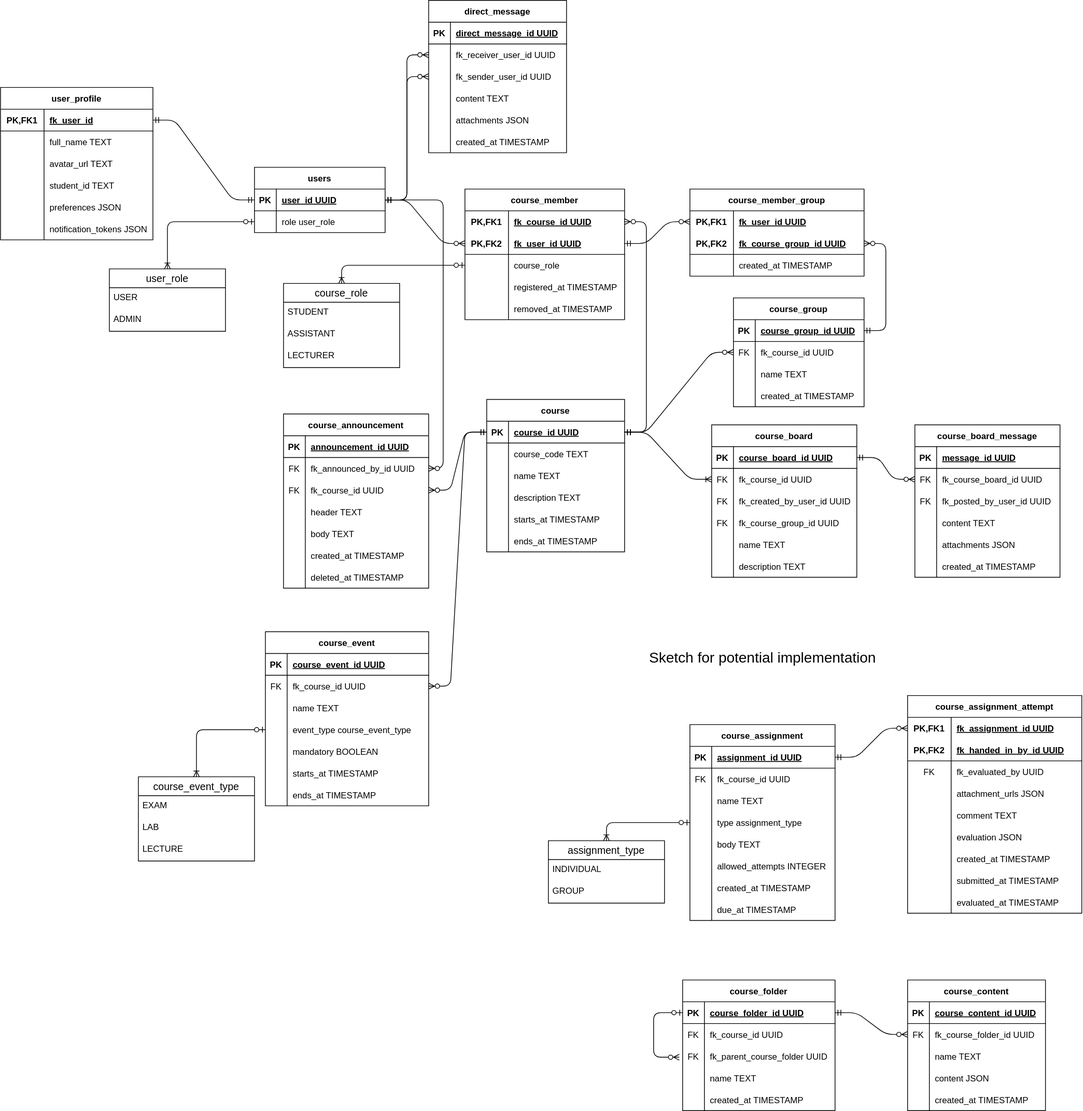
Above: docs/diagrams/er-diagram.drawio.svg in thedatasnok/idata2503-project (draw.io), before the change. Source tidied: cells renumbered, new cells last; positions are measured from the earlier drawing's top-left corner, leaving out a move shared by most shapes.
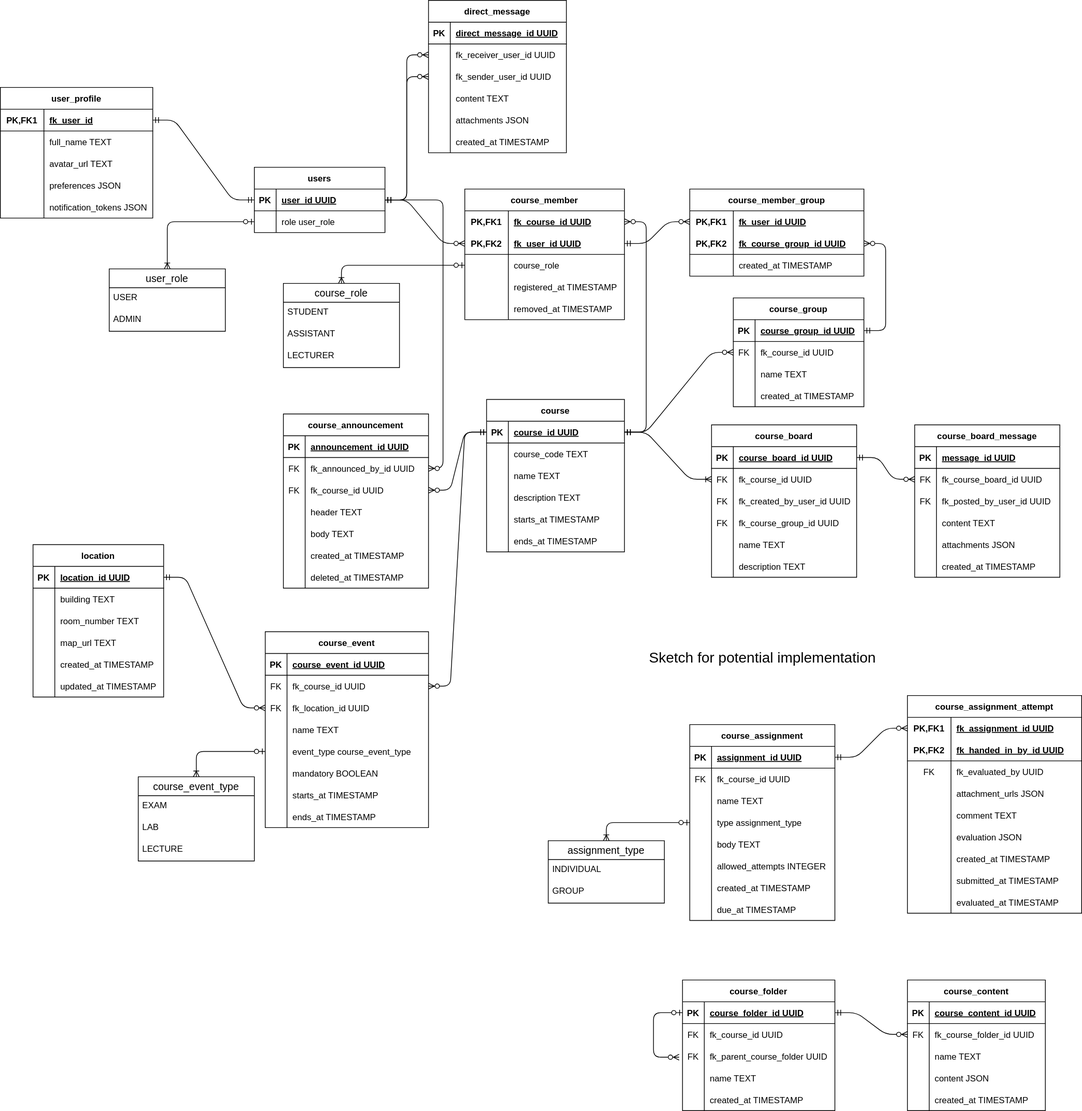
Above is the later version.

Commit message:
docs: add location table

The edit, as a diff of the source:
```diff
@@ -623,7 +623,7 @@
       </mxGeometry>
     </mxCell>
     <mxCell id="203" value="course_event" style="shape=table;startSize=30;rowLines=0;fontStyle=1;align=center;" parent="1" vertex="1">
-      <mxGeometry x="365" y="870" width="225" height="240" as="geometry" />
+      <mxGeometry x="365" y="870" width="225" height="270" as="geometry" />
     </mxCell>
     <mxCell id="204" style="shape=tableRow;horizontal=0;startSize=0;swimlaneHead=0;swimlaneBody=0;fillColor=none;top=0;left=0;right=0;bottom=1;" parent="203" vertex="1">
       <mxGeometry y="30" width="225" height="30" as="geometry" />
@@ -643,8 +643,17 @@
     <mxCell id="209" value="fk_course_id UUID" style="shape=partialRectangle;fillColor=none;top=0;left=0;bottom=0;right=0;align=left;spacingLeft=6;fontStyle=0;overflow=hidden;" parent="207" vertex="1">
       <mxGeometry x="30" width="195" height="30" as="geometry" />
     </mxCell>
+    <mxCell id="307" style="shape=tableRow;horizontal=0;startSize=0;swimlaneHead=0;swimlaneBody=0;fillColor=none;points=[[0,0.5],[1,0.5]];portConstraint=eastwest;top=0;left=0;right=0;bottom=0;" parent="203" vertex="1">
+      <mxGeometry y="90" width="225" height="30" as="geometry" />
+    </mxCell>
+    <mxCell id="308" value="FK" style="shape=partialRectangle;fillColor=none;top=0;left=0;bottom=0;right=0;fontStyle=0;overflow=hidden;" parent="307" vertex="1">
+      <mxGeometry width="30" height="30" as="geometry" />
+    </mxCell>
+    <mxCell id="309" value="fk_location_id UUID" style="shape=partialRectangle;fillColor=none;top=0;left=0;bottom=0;right=0;align=left;spacingLeft=6;fontStyle=0;overflow=hidden;" parent="307" vertex="1">
+      <mxGeometry x="30" width="195" height="30" as="geometry" />
+    </mxCell>
     <mxCell id="210" style="shape=tableRow;horizontal=0;startSize=0;swimlaneHead=0;swimlaneBody=0;fillColor=none;top=0;left=0;right=0;bottom=0;" parent="203" vertex="1">
-      <mxGeometry y="90" width="225" height="30" as="geometry" />
+      <mxGeometry y="120" width="225" height="30" as="geometry" />
     </mxCell>
     <mxCell id="211" style="shape=partialRectangle;fillColor=none;top=0;left=0;bottom=0;right=0;overflow=hidden;" parent="210" vertex="1">
       <mxGeometry width="30" height="30" as="geometry" />
@@ -653,7 +662,7 @@
       <mxGeometry x="30" width="195" height="30" as="geometry" />
     </mxCell>
     <mxCell id="213" style="shape=tableRow;horizontal=0;startSize=0;swimlaneHead=0;swimlaneBody=0;fillColor=none;points=[[0,0.5],[1,0.5]];portConstraint=eastwest;top=0;left=0;right=0;bottom=0;" parent="203" vertex="1">
-      <mxGeometry y="120" width="225" height="30" as="geometry" />
+      <mxGeometry y="150" width="225" height="30" as="geometry" />
     </mxCell>
     <mxCell id="214" style="shape=partialRectangle;fillColor=none;top=0;left=0;bottom=0;right=0;overflow=hidden;" parent="213" vertex="1">
       <mxGeometry width="30" height="30" as="geometry" />
@@ -662,7 +671,7 @@
       <mxGeometry x="30" width="195" height="30" as="geometry" />
     </mxCell>
     <mxCell id="216" style="shape=tableRow;horizontal=0;startSize=0;swimlaneHead=0;swimlaneBody=0;fillColor=none;top=0;left=0;right=0;bottom=0;" parent="203" vertex="1">
-      <mxGeometry y="150" width="225" height="30" as="geometry" />
+      <mxGeometry y="180" width="225" height="30" as="geometry" />
     </mxCell>
     <mxCell id="217" style="shape=partialRectangle;fillColor=none;top=0;left=0;bottom=0;right=0;overflow=hidden;" parent="216" vertex="1">
       <mxGeometry width="30" height="30" as="geometry" />
@@ -671,7 +680,7 @@
       <mxGeometry x="30" width="195" height="30" as="geometry" />
     </mxCell>
     <mxCell id="219" style="shape=tableRow;horizontal=0;startSize=0;swimlaneHead=0;swimlaneBody=0;fillColor=none;top=0;left=0;right=0;bottom=0;" parent="203" vertex="1">
-      <mxGeometry y="180" width="225" height="30" as="geometry" />
+      <mxGeometry y="210" width="225" height="30" as="geometry" />
     </mxCell>
     <mxCell id="220" style="shape=partialRectangle;fillColor=none;top=0;left=0;bottom=0;right=0;overflow=hidden;" parent="219" vertex="1">
       <mxGeometry width="30" height="30" as="geometry" />
@@ -680,7 +689,7 @@
       <mxGeometry x="30" width="195" height="30" as="geometry" />
     </mxCell>
     <mxCell id="222" style="shape=tableRow;horizontal=0;startSize=0;swimlaneHead=0;swimlaneBody=0;fillColor=none;top=0;left=0;right=0;bottom=0;" parent="203" vertex="1">
-      <mxGeometry y="210" width="225" height="30" as="geometry" />
+      <mxGeometry y="240" width="225" height="30" as="geometry" />
     </mxCell>
     <mxCell id="223" style="shape=partialRectangle;fillColor=none;top=0;left=0;bottom=0;right=0;overflow=hidden;" parent="222" vertex="1">
       <mxGeometry width="30" height="30" as="geometry" />
@@ -706,7 +715,7 @@
     <mxCell id="230" style="fontSize=12;html=1;endArrow=ERoneToMany;startArrow=ERzeroToOne;exitX=0;exitY=0.5;exitDx=0;exitDy=0;entryX=0.5;entryY=0;entryDx=0;entryDy=0;" parent="1" edge="1" source="213" target="225">
       <mxGeometry relative="1" as="geometry">
         <Array as="points">
-          <mxPoint x="270" y="1005" />
+          <mxPoint x="270" y="1035" />
         </Array>
       </mxGeometry>
     </mxCell>
@@ -884,7 +893,7 @@
       <mxGeometry relative="1" as="geometry" />
     </mxCell>
     <mxCell id="287" value="user_profile" style="shape=table;startSize=30;rowLines=0;fontStyle=1;align=center;" parent="1" vertex="1">
-      <mxGeometry y="120" width="210" height="210" as="geometry" />
+      <mxGeometry y="120" width="210" height="180" as="geometry" />
     </mxCell>
     <mxCell id="288" style="shape=tableRow;horizontal=0;startSize=0;swimlaneHead=0;swimlaneBody=0;fillColor=none;points=[[0,0.5],[1,0.5]];portConstraint=eastwest;top=0;left=0;right=0;bottom=1;" parent="287" vertex="1">
       <mxGeometry y="30" width="210" height="30" as="geometry" />
@@ -913,17 +922,8 @@
     <mxCell id="296" value="avatar_url TEXT" style="shape=partialRectangle;fillColor=none;top=0;left=0;bottom=0;right=0;align=left;spacingLeft=6;overflow=hidden;" parent="294" vertex="1">
       <mxGeometry x="60" width="150" height="30" as="geometry" />
     </mxCell>
-    <mxCell id="297" style="shape=tableRow;horizontal=0;startSize=0;swimlaneHead=0;swimlaneBody=0;fillColor=none;top=0;left=0;right=0;bottom=0;" parent="287" vertex="1">
-      <mxGeometry y="120" width="210" height="30" as="geometry" />
-    </mxCell>
-    <mxCell id="298" style="shape=partialRectangle;fillColor=none;top=0;left=0;bottom=0;right=0;overflow=hidden;" parent="297" vertex="1">
-      <mxGeometry width="60" height="30" as="geometry" />
-    </mxCell>
-    <mxCell id="299" value="student_id TEXT" style="shape=partialRectangle;fillColor=none;top=0;left=0;bottom=0;right=0;align=left;spacingLeft=6;overflow=hidden;" parent="297" vertex="1">
-      <mxGeometry x="60" width="150" height="30" as="geometry" />
-    </mxCell>
     <mxCell id="300" style="shape=tableRow;horizontal=0;startSize=0;swimlaneHead=0;swimlaneBody=0;fillColor=none;top=0;left=0;right=0;bottom=0;" parent="287" vertex="1">
-      <mxGeometry y="150" width="210" height="30" as="geometry" />
+      <mxGeometry y="120" width="210" height="30" as="geometry" />
     </mxCell>
     <mxCell id="301" style="shape=partialRectangle;fillColor=none;top=0;left=0;bottom=0;right=0;overflow=hidden;" parent="300" vertex="1">
       <mxGeometry width="60" height="30" as="geometry" />
@@ -932,7 +932,7 @@
       <mxGeometry x="60" width="150" height="30" as="geometry" />
     </mxCell>
     <mxCell id="303" style="shape=tableRow;horizontal=0;startSize=0;swimlaneHead=0;swimlaneBody=0;fillColor=none;top=0;left=0;right=0;bottom=0;" parent="287" vertex="1">
-      <mxGeometry y="180" width="210" height="30" as="geometry" />
+      <mxGeometry y="150" width="210" height="30" as="geometry" />
     </mxCell>
     <mxCell id="304" style="shape=partialRectangle;fillColor=none;top=0;left=0;bottom=0;right=0;overflow=hidden;" parent="303" vertex="1">
       <mxGeometry width="60" height="30" as="geometry" />
@@ -943,5 +943,65 @@
     <mxCell id="306" style="fontSize=12;html=1;endArrow=ERmandOne;startArrow=ERmandOne;edgeStyle=entityRelationEdgeStyle;exitX=0;exitY=0.5;exitDx=0;exitDy=0;endFill=0;" parent="1" edge="1" source="3" target="288">
       <mxGeometry relative="1" as="geometry" />
     </mxCell>
+    <mxCell id="310" value="location" style="shape=table;startSize=30;rowLines=0;fontStyle=1;align=center;" parent="1" vertex="1">
+      <mxGeometry x="45" y="750" width="180" height="210" as="geometry" />
+    </mxCell>
+    <mxCell id="311" style="shape=tableRow;horizontal=0;startSize=0;swimlaneHead=0;swimlaneBody=0;fillColor=none;points=[[0,0.5],[1,0.5]];portConstraint=eastwest;top=0;left=0;right=0;bottom=1;" parent="310" vertex="1">
+      <mxGeometry y="30" width="180" height="30" as="geometry" />
+    </mxCell>
+    <mxCell id="312" value="PK" style="shape=partialRectangle;fillColor=none;top=0;left=0;bottom=0;right=0;fontStyle=1;overflow=hidden;" parent="311" vertex="1">
+      <mxGeometry width="30" height="30" as="geometry" />
+    </mxCell>
+    <mxCell id="313" value="location_id UUID" style="shape=partialRectangle;fillColor=none;top=0;left=0;bottom=0;right=0;align=left;spacingLeft=6;fontStyle=5;overflow=hidden;" parent="311" vertex="1">
+      <mxGeometry x="30" width="150" height="30" as="geometry" />
+    </mxCell>
+    <mxCell id="314" style="shape=tableRow;horizontal=0;startSize=0;swimlaneHead=0;swimlaneBody=0;fillColor=none;top=0;left=0;right=0;bottom=0;" parent="310" vertex="1">
+      <mxGeometry y="60" width="180" height="30" as="geometry" />
+    </mxCell>
+    <mxCell id="315" style="shape=partialRectangle;fillColor=none;top=0;left=0;bottom=0;right=0;overflow=hidden;" parent="314" vertex="1">
+      <mxGeometry width="30" height="30" as="geometry" />
+    </mxCell>
+    <mxCell id="316" value="building TEXT" style="shape=partialRectangle;fillColor=none;top=0;left=0;bottom=0;right=0;align=left;spacingLeft=6;overflow=hidden;" parent="314" vertex="1">
+      <mxGeometry x="30" width="150" height="30" as="geometry" />
+    </mxCell>
+    <mxCell id="317" style="shape=tableRow;horizontal=0;startSize=0;swimlaneHead=0;swimlaneBody=0;fillColor=none;top=0;left=0;right=0;bottom=0;" parent="310" vertex="1">
+      <mxGeometry y="90" width="180" height="30" as="geometry" />
+    </mxCell>
+    <mxCell id="318" style="shape=partialRectangle;fillColor=none;top=0;left=0;bottom=0;right=0;overflow=hidden;" parent="317" vertex="1">
+      <mxGeometry width="30" height="30" as="geometry" />
+    </mxCell>
+    <mxCell id="319" value="room_number TEXT" style="shape=partialRectangle;fillColor=none;top=0;left=0;bottom=0;right=0;align=left;spacingLeft=6;overflow=hidden;" parent="317" vertex="1">
+      <mxGeometry x="30" width="150" height="30" as="geometry" />
+    </mxCell>
+    <mxCell id="320" style="shape=tableRow;horizontal=0;startSize=0;swimlaneHead=0;swimlaneBody=0;fillColor=none;top=0;left=0;right=0;bottom=0;" parent="310" vertex="1">
+      <mxGeometry y="120" width="180" height="30" as="geometry" />
+    </mxCell>
+    <mxCell id="321" style="shape=partialRectangle;fillColor=none;top=0;left=0;bottom=0;right=0;overflow=hidden;" parent="320" vertex="1">
+      <mxGeometry width="30" height="30" as="geometry" />
+    </mxCell>
+    <mxCell id="322" value="map_url TEXT" style="shape=partialRectangle;fillColor=none;top=0;left=0;bottom=0;right=0;align=left;spacingLeft=6;overflow=hidden;" parent="320" vertex="1">
+      <mxGeometry x="30" width="150" height="30" as="geometry" />
+    </mxCell>
+    <mxCell id="323" style="shape=tableRow;horizontal=0;startSize=0;swimlaneHead=0;swimlaneBody=0;fillColor=none;top=0;left=0;right=0;bottom=0;" parent="310" vertex="1">
+      <mxGeometry y="150" width="180" height="30" as="geometry" />
+    </mxCell>
+    <mxCell id="324" style="shape=partialRectangle;fillColor=none;top=0;left=0;bottom=0;right=0;overflow=hidden;" parent="323" vertex="1">
+      <mxGeometry width="30" height="30" as="geometry" />
+    </mxCell>
+    <mxCell id="325" value="created_at TIMESTAMP" style="shape=partialRectangle;fillColor=none;top=0;left=0;bottom=0;right=0;align=left;spacingLeft=6;overflow=hidden;" parent="323" vertex="1">
+      <mxGeometry x="30" width="150" height="30" as="geometry" />
+    </mxCell>
+    <mxCell id="326" style="shape=tableRow;horizontal=0;startSize=0;swimlaneHead=0;swimlaneBody=0;fillColor=none;top=0;left=0;right=0;bottom=0;" parent="310" vertex="1">
+      <mxGeometry y="180" width="180" height="30" as="geometry" />
+    </mxCell>
+    <mxCell id="327" style="shape=partialRectangle;fillColor=none;top=0;left=0;bottom=0;right=0;overflow=hidden;" parent="326" vertex="1">
+      <mxGeometry width="30" height="30" as="geometry" />
+    </mxCell>
+    <mxCell id="328" value="updated_at TIMESTAMP" style="shape=partialRectangle;fillColor=none;top=0;left=0;bottom=0;right=0;align=left;spacingLeft=6;overflow=hidden;" parent="326" vertex="1">
+      <mxGeometry x="30" width="150" height="30" as="geometry" />
+    </mxCell>
+    <mxCell id="329" style="edgeStyle=entityRelationEdgeStyle;fontSize=12;html=1;endArrow=ERzeroToMany;startArrow=ERmandOne;exitX=1;exitY=0.5;exitDx=0;exitDy=0;entryX=0;entryY=0.5;entryDx=0;entryDy=0;" parent="1" edge="1" source="311" target="307">
+      <mxGeometry relative="1" as="geometry" />
+    </mxCell>
   </root>
 </mxGraphModel>
```
